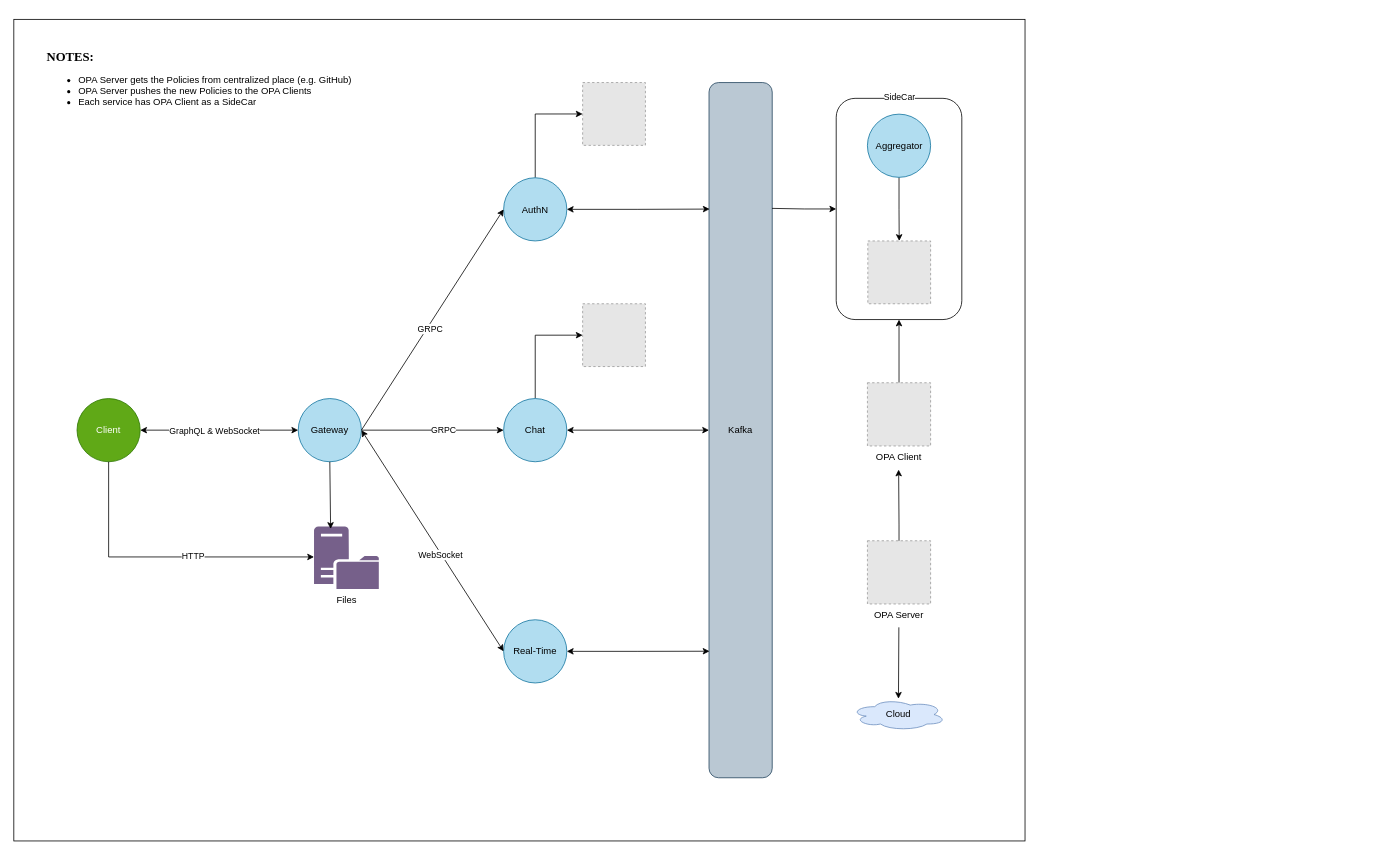
The draw.io diagram documentation/Overview Architecture.drawio in Kirlos-Melad/Veigo-Chat, before the edit. Source tidied: cells renumbered, new cells numbered last; positions are measured from the earlier drawing's top-left corner, leaving out a move shared by most shapes. Both pictures are drawn from the tidied source at 79%, with x=0, y=0 at pixel (13, 19). Pictures stored in the file or linked from it are replaced by grey dashed boxes.
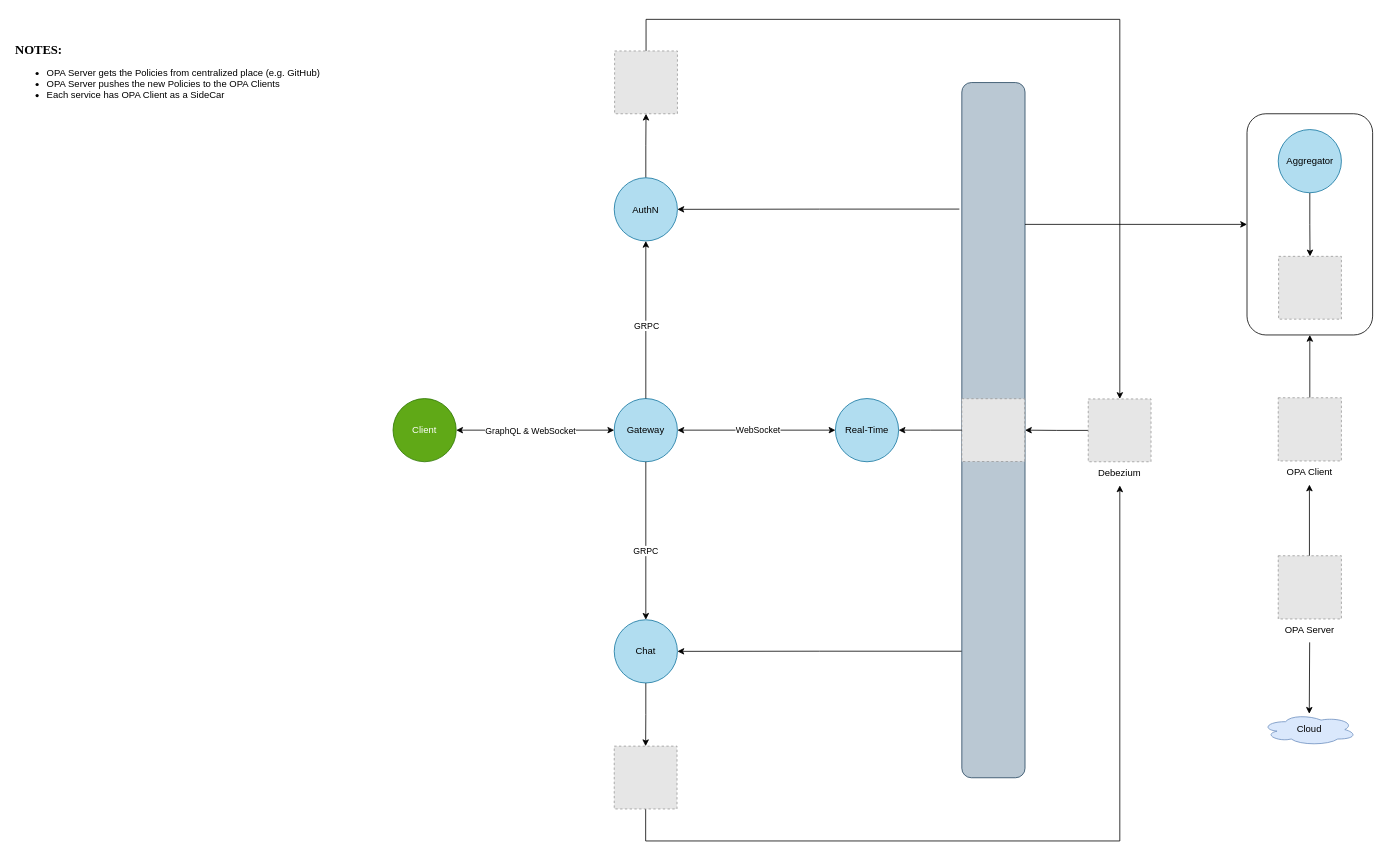
The same diagram, later.

Diff of the diagram source:
```diff
@@
-    <mxCell id="2" style="rounded=0;whiteSpace=wrap;html=1;fillColor=none;" parent="1" vertex="1">
-      <mxGeometry width="1280" height="1040" as="geometry" />
-    </mxCell>
-    <mxCell id="3" style="rounded=1;whiteSpace=wrap;html=1;fillColor=none;" parent="1" vertex="1">
-      <mxGeometry x="1041" y="100" width="159" height="280" as="geometry" />
-    </mxCell>
     <mxCell id="4" value="Gateway" style="ellipse;whiteSpace=wrap;html=1;fillColor=#b1ddf0;strokeColor=#10739e;" parent="1" vertex="1">
-      <mxGeometry x="360" y="480" width="80" height="80" as="geometry" />
+      <mxGeometry x="760" y="480" width="80" height="80" as="geometry" />
     </mxCell>
-    <mxCell id="5" style="edgeStyle=orthogonalEdgeStyle;rounded=0;jettySize=auto;html=1;entryX=0;entryY=0.5;entryDx=0;entryDy=0;" parent="1" edge="1" source="7" target="36">
-      <mxGeometry relative="1" as="geometry">
-        <Array as="points">
-          <mxPoint x="660" y="400" />
-        </Array>
-      </mxGeometry>
-    </mxCell>
-    <mxCell id="6" style="edgeStyle=orthogonalEdgeStyle;rounded=0;jettySize=auto;html=1;entryX=0;entryY=0.5;entryDx=0;entryDy=0;startArrow=classic;startFill=1;" parent="1" edge="1" source="7" target="20">
-      <mxGeometry relative="1" as="geometry" />
-    </mxCell>
-    <mxCell id="7" value="Chat" style="ellipse;whiteSpace=wrap;html=1;fillColor=#b1ddf0;strokeColor=#10739e;" parent="1" vertex="1">
-      <mxGeometry x="620" y="480" width="80" height="80" as="geometry" />
+    <mxCell id="7" value="Real-Time" style="ellipse;whiteSpace=wrap;html=1;fillColor=#b1ddf0;strokeColor=#10739e;" parent="1" vertex="1">
+      <mxGeometry x="1040" y="480" width="80" height="80" as="geometry" />
     </mxCell>
-    <mxCell id="8" style="edgeStyle=orthogonalEdgeStyle;rounded=0;jettySize=auto;html=1;entryX=0;entryY=0.5;entryDx=0;entryDy=0;" parent="1" edge="1" source="9" target="37">
-      <mxGeometry relative="1" as="geometry">
-        <Array as="points">
-          <mxPoint x="660" y="120" />
-        </Array>
-      </mxGeometry>
+    <mxCell id="8" style="edgeStyle=orthogonalEdgeStyle;rounded=0;jettySize=auto;html=1;entryX=0.5;entryY=1;entryDx=0;entryDy=0;" parent="1" edge="1" source="9" target="37">
+      <mxGeometry relative="1" as="geometry" />
     </mxCell>
     <mxCell id="9" value="AuthN" style="ellipse;whiteSpace=wrap;html=1;fillColor=#b1ddf0;strokeColor=#10739e;" parent="1" vertex="1">
-      <mxGeometry x="620" y="200.5" width="80" height="80" as="geometry" />
+      <mxGeometry x="760" y="200.5" width="80" height="80" as="geometry" />
     </mxCell>
+    <mxCell id="41" style="edgeStyle=orthogonalEdgeStyle;rounded=0;jettySize=auto;html=1;entryX=0.5;entryY=0;entryDx=0;entryDy=0;" parent="1" edge="1" source="10" target="36">
+      <mxGeometry relative="1" as="geometry" />
+    </mxCell>
-    <mxCell id="10" value="Real-Time" style="ellipse;whiteSpace=wrap;html=1;fillColor=#b1ddf0;strokeColor=#10739e;" parent="1" vertex="1">
-      <mxGeometry x="620" y="760" width="80" height="80" as="geometry" />
+    <mxCell id="10" value="Chat" style="ellipse;whiteSpace=wrap;html=1;fillColor=#b1ddf0;strokeColor=#10739e;" parent="1" vertex="1">
+      <mxGeometry x="760" y="760" width="80" height="80" as="geometry" />
     </mxCell>
-    <mxCell id="11" style="endArrow=classic;startArrow=none;html=1;rounded=0;exitX=1;exitY=0.5;exitDx=0;exitDy=0;entryX=0;entryY=0.5;entryDx=0;entryDy=0;startFill=0;" parent="1" edge="1" source="4" target="7">
+    <mxCell id="11" style="endArrow=classic;startArrow=classic;html=1;rounded=0;exitX=1;exitY=0.5;exitDx=0;exitDy=0;entryX=0;entryY=0.5;entryDx=0;entryDy=0;startFill=1;" parent="1" edge="1" source="4" target="7">
       <mxGeometry relative="1" as="geometry" />
     </mxCell>
-    <mxCell id="12" value="GRPC" style="edgeLabel;html=1;align=center;verticalAlign=middle;" parent="11" vertex="1">
+    <mxCell id="12" value="WebSocket" style="edgeLabel;html=1;align=center;verticalAlign=middle;" parent="11" vertex="1">
       <mxGeometry x="0.15" y="3" relative="1" as="geometry">
-        <mxPoint y="2" as="offset" />
+        <mxPoint x="-14" y="2" as="offset" />
       </mxGeometry>
     </mxCell>
-    <mxCell id="13" style="endArrow=classic;startArrow=none;html=1;rounded=0;exitX=1;exitY=0.5;exitDx=0;exitDy=0;entryX=0;entryY=0.5;entryDx=0;entryDy=0;startFill=0;" parent="1" edge="1" source="4" target="9">
+    <mxCell id="13" style="endArrow=classic;startArrow=none;html=1;rounded=0;exitX=0.5;exitY=0;exitDx=0;exitDy=0;entryX=0.5;entryY=1;entryDx=0;entryDy=0;startFill=0;" parent="1" edge="1" source="4" target="9">
       <mxGeometry relative="1" as="geometry" />
     </mxCell>
     <mxCell id="14" value="GRPC" style="edgeLabel;html=1;align=center;verticalAlign=middle;" parent="13" vertex="1">
-      <mxGeometry x="-0.07" y="-3" relative="1" as="geometry" />
+      <mxGeometry x="-0.07" y="-3" relative="1" as="geometry">
+        <mxPoint x="-3" as="offset" />
+      </mxGeometry>
     </mxCell>
-    <mxCell id="15" style="endArrow=classic;startArrow=classic;html=1;rounded=0;exitX=1;exitY=0.5;exitDx=0;exitDy=0;entryX=0;entryY=0.5;entryDx=0;entryDy=0;" parent="1" edge="1" source="4" target="10">
+    <mxCell id="15" style="endArrow=classic;startArrow=none;html=1;rounded=0;exitX=0.5;exitY=1;exitDx=0;exitDy=0;entryX=0.5;entryY=0;entryDx=0;entryDy=0;startFill=0;" parent="1" edge="1" source="4" target="10">
       <mxGeometry relative="1" as="geometry" />
     </mxCell>
-    <mxCell id="16" value="WebSocket" style="edgeLabel;html=1;align=center;verticalAlign=middle;" parent="15" vertex="1">
+    <mxCell id="16" value="GRPC" style="edgeLabel;html=1;align=center;verticalAlign=middle;" parent="15" vertex="1">
       <mxGeometry x="0.12" y="-2" relative="1" as="geometry">
         <mxPoint x="1" as="offset" />
       </mxGeometry>
     </mxCell>
@@
     <mxCell id="19" value="Client" style="ellipse;whiteSpace=wrap;html=1;fillColor=#60a917;fontColor=#ffffff;strokeColor=#2D7600;" parent="1" vertex="1">
-      <mxGeometry x="80" y="480" width="80" height="80" as="geometry" />
+      <mxGeometry x="480" y="480" width="80" height="80" as="geometry" />
     </mxCell>
-    <mxCell id="20" value="Kafka" style="rounded=1;whiteSpace=wrap;html=1;fillColor=#bac8d3;strokeColor=#23445d;" parent="1" vertex="1">
-      <mxGeometry x="880" y="80" width="80" height="880" as="geometry" />
-    </mxCell>
-    <mxCell id="21" value="Files" style="sketch=0;shadow=0;dashed=0;html=1;strokeColor=none;labelPosition=center;verticalLabelPosition=bottom;verticalAlign=top;align=center;fillColor=#76608A;shape=mxgraph.mscae.system_center.distribution_point;" parent="1" vertex="1">
-      <mxGeometry x="380" y="642" width="82" height="79" as="geometry" />
-    </mxCell>
-    <mxCell id="22" style="rounded=0;jettySize=auto;html=1;entryX=0.256;entryY=0.038;entryDx=0;entryDy=0;entryPerimeter=0;" parent="1" edge="1" source="4" target="21">
-      <mxGeometry relative="1" as="geometry" />
-    </mxCell>
-    <mxCell id="23" style="edgeStyle=orthogonalEdgeStyle;rounded=0;orthogonalLoop=1;jettySize=auto;html=1;entryX=0;entryY=0.5;entryDx=0;entryDy=0;entryPerimeter=0;startArrow=none;startFill=0;" parent="1" edge="1">
-      <mxGeometry relative="1" as="geometry">
-        <mxPoint x="120" y="560" as="sourcePoint" />
-        <mxPoint x="380" y="680.5" as="targetPoint" />
-        <Array as="points">
-          <mxPoint x="120" y="681" />
-        </Array>
-      </mxGeometry>
-    </mxCell>
-    <mxCell id="24" value="HTTP" style="edgeLabel;html=1;align=center;verticalAlign=middle;" parent="23" vertex="1">
-      <mxGeometry x="0.19" y="3" relative="1" as="geometry">
-        <mxPoint x="1" y="1" as="offset" />
-      </mxGeometry>
-    </mxCell>
-    <mxCell id="25" value="SideCar" style="edgeLabel;html=1;align=center;verticalAlign=middle;" parent="23" vertex="1">
-      <mxGeometry x="0.19" y="3" relative="1" as="geometry">
-        <mxPoint x="895" y="-580" as="offset" />
-      </mxGeometry>
-    </mxCell>
-    <mxCell id="26" style="edgeStyle=orthogonalEdgeStyle;rounded=0;jettySize=auto;html=1;entryX=0.5;entryY=0;entryDx=0;entryDy=0;" parent="1" edge="1" source="27" target="33">
-      <mxGeometry relative="1" as="geometry" />
-    </mxCell>
-    <mxCell id="27" value="Aggregator" style="ellipse;whiteSpace=wrap;html=1;fillColor=#b1ddf0;strokeColor=#10739e;" parent="1" vertex="1">
-      <mxGeometry x="1080.5" y="120" width="80" height="80" as="geometry" />
-    </mxCell>
@@
     <mxCell id="29" value="OPA Client" style="fillColor=#E6E6E6;strokeColor=#999999;dashed=1;verticalLabelPosition=bottom;labelBackgroundColor=default;verticalAlign=top;rotation=0;" parent="1" vertex="1">
-      <mxGeometry x="1080.5" y="460" width="80" height="80" as="geometry" />
+      <mxGeometry x="1600.5" y="479" width="80" height="80" as="geometry" />
     </mxCell>
     <mxCell id="30" value="OPA Server" style="fillColor=#E6E6E6;strokeColor=#999999;dashed=1;verticalLabelPosition=bottom;labelBackgroundColor=default;verticalAlign=top;rotation=0;" parent="1" vertex="1">
-      <mxGeometry x="1080.5" y="660" width="80" height="80" as="geometry" />
+      <mxGeometry x="1600.5" y="679" width="80" height="80" as="geometry" />
     </mxCell>
     <mxCell id="31" value="Cloud" style="ellipse;shape=cloud;whiteSpace=wrap;html=1;align=center;fillColor=#dae8fc;strokeColor=#6c8ebf;" parent="1" vertex="1">
-      <mxGeometry x="1059.8" y="860" width="120" height="40" as="geometry" />
+      <mxGeometry x="1579.8" y="879" width="120" height="40" as="geometry" />
     </mxCell>
     <mxCell id="32" value="&lt;pre&gt;&lt;b&gt;&lt;font face=&quot;Times New Roman&quot; style=&quot;font-size: 16px;&quot;&gt;NOTES:&lt;/font&gt;&lt;/b&gt;&lt;/pre&gt;&lt;div&gt;&lt;ul&gt;&lt;li&gt;&lt;font face=&quot;qGgyCSBYeg5GerJeodt9&quot;&gt;OPA Server gets the Policies from centralized place (e.g. GitHub)&lt;/font&gt;&lt;/li&gt;&lt;li&gt;&lt;font face=&quot;qGgyCSBYeg5GerJeodt9&quot;&gt;OPA Server pushes the new Policies to the OPA Clients&lt;/font&gt;&lt;/li&gt;&lt;li&gt;&lt;font face=&quot;qGgyCSBYeg5GerJeodt9&quot;&gt;Each service has OPA Client as a SideCar&lt;/font&gt;&lt;/li&gt;&lt;/ul&gt;&lt;/div&gt;" style="text;html=1;align=left;verticalAlign=middle;strokeColor=none;fillColor=none;" parent="1" vertex="1">
-      <mxGeometry x="40" y="20" width="380" height="110" as="geometry" />
+      <mxGeometry y="11" width="380" height="110" as="geometry" />
     </mxCell>
-    <mxCell id="33" style="fillColor=#E6E6E6;strokeColor=#999999;dashed=1;verticalLabelPosition=bottom;labelBackgroundColor=default;verticalAlign=top;rotation=0;" parent="1" vertex="1">
-      <mxGeometry x="1081" y="280.5" width="79.5" height="79.5" as="geometry" />
-    </mxCell>
-    <mxCell id="34" style="edgeStyle=orthogonalEdgeStyle;rounded=0;jettySize=auto;html=1;entryX=0.875;entryY=0.548;entryDx=0;entryDy=0;entryPerimeter=0;" parent="1" edge="1" source="30" target="2">
-      <mxGeometry relative="1" as="geometry" />
+    <mxCell id="34" style="edgeStyle=orthogonalEdgeStyle;rounded=0;jettySize=auto;html=1;entryX=0.875;entryY=0.548;entryDx=0;entryDy=0;entryPerimeter=0;" parent="1" edge="1" source="30">
+      <mxGeometry relative="1" as="geometry">
+        <mxPoint x="1640" y="588.9" as="targetPoint" />
+      </mxGeometry>
     </mxCell>
     <mxCell id="35" style="rounded=0;jettySize=auto;html=1;" parent="1" edge="1" target="31">
       <mxGeometry relative="1" as="geometry">
-        <mxPoint x="1120.3" y="769.6" as="sourcePoint" />
+        <mxPoint x="1640.3" y="788.6" as="sourcePoint" />
       </mxGeometry>
     </mxCell>
+    <mxCell id="42" style="edgeStyle=orthogonalEdgeStyle;rounded=0;jettySize=auto;html=1;" parent="1" edge="1" source="36">
+      <mxGeometry relative="1" as="geometry">
+        <mxPoint x="1400" y="590" as="targetPoint" />
+        <Array as="points">
+          <mxPoint x="800" y="1040" />
+          <mxPoint x="1400" y="1040" />
+        </Array>
+      </mxGeometry>
+    </mxCell>
     <mxCell id="36" style="fillColor=#E6E6E6;strokeColor=#999999;dashed=1;verticalLabelPosition=bottom;labelBackgroundColor=default;verticalAlign=top;rotation=0;" parent="1" vertex="1">
-      <mxGeometry x="720" y="360" width="79.5" height="79.5" as="geometry" />
+      <mxGeometry x="760" y="920" width="79.5" height="79.5" as="geometry" />
     </mxCell>
+    <mxCell id="43" style="edgeStyle=orthogonalEdgeStyle;rounded=0;jettySize=auto;html=1;" parent="1" edge="1" source="37" target="45">
+      <mxGeometry relative="1" as="geometry">
+        <Array as="points">
+          <mxPoint x="800" />
+          <mxPoint x="1400" />
+        </Array>
+      </mxGeometry>
+    </mxCell>
     <mxCell id="37" style="fillColor=#E6E6E6;strokeColor=#999999;dashed=1;verticalLabelPosition=bottom;labelBackgroundColor=default;verticalAlign=top;rotation=0;" parent="1" vertex="1">
-      <mxGeometry x="720" y="80" width="79.5" height="79.5" as="geometry" />
+      <mxGeometry x="760.5" y="40" width="79.5" height="79.5" as="geometry" />
     </mxCell>
-    <mxCell id="38" style="edgeStyle=orthogonalEdgeStyle;rounded=0;jettySize=auto;html=1;entryX=0.01;entryY=0.182;entryDx=0;entryDy=0;entryPerimeter=0;startArrow=classic;startFill=1;" parent="1" edge="1" source="9" target="20">
-      <mxGeometry relative="1" as="geometry" />
-    </mxCell>
-    <mxCell id="39" style="edgeStyle=orthogonalEdgeStyle;rounded=0;jettySize=auto;html=1;entryX=0.997;entryY=0.181;entryDx=0;entryDy=0;entryPerimeter=0;startArrow=classic;startFill=1;endArrow=none;endFill=0;" parent="1" edge="1" source="3" target="20">
-      <mxGeometry relative="1" as="geometry" />
-    </mxCell>
-    <mxCell id="40" style="edgeStyle=orthogonalEdgeStyle;rounded=0;jettySize=auto;html=1;entryX=0.008;entryY=0.818;entryDx=0;entryDy=0;entryPerimeter=0;startArrow=classic;startFill=1;" parent="1" edge="1" source="10" target="20">
-      <mxGeometry relative="1" as="geometry" />
-    </mxCell>
+    <mxCell id="44" style="edgeStyle=orthogonalEdgeStyle;rounded=0;jettySize=auto;html=1;entryX=1;entryY=0.5;entryDx=0;entryDy=0;" parent="1" edge="1" source="45" target="47">
+      <mxGeometry relative="1" as="geometry" />
+    </mxCell>
+    <mxCell id="45" value="Debezium" style="fillColor=#E6E6E6;strokeColor=#999999;dashed=1;verticalLabelPosition=bottom;labelBackgroundColor=default;verticalAlign=top;rotation=0;" parent="1" vertex="1">
+      <mxGeometry x="1360" y="480.5" width="79.5" height="79.5" as="geometry" />
+    </mxCell>
+    <mxCell id="46" style="group;" parent="1" vertex="1">
+      <mxGeometry x="1200" y="80" width="80" height="880" as="geometry" />
+    </mxCell>
+    <mxCell id="47" style="rounded=1;whiteSpace=wrap;html=1;fillColor=#bac8d3;strokeColor=#23445d;" parent="46" vertex="1">
+      <mxGeometry width="80" height="880" as="geometry" />
+    </mxCell>
+    <mxCell id="48" style="fillColor=#E6E6E6;strokeColor=#999999;dashed=1;verticalLabelPosition=bottom;labelBackgroundColor=default;verticalAlign=top;rotation=0;" parent="46" vertex="1">
+      <mxGeometry y="400.2" width="79.5" height="79.5" as="geometry" />
+    </mxCell>
+    <mxCell id="49" style="group;" parent="1" vertex="1">
+      <mxGeometry x="1561" y="119.5" width="159" height="280" as="geometry" />
+    </mxCell>
+    <mxCell id="3" style="rounded=1;whiteSpace=wrap;html=1;fillColor=none;" parent="49" vertex="1">
+      <mxGeometry width="159" height="280" as="geometry" />
+    </mxCell>
+    <mxCell id="26" style="edgeStyle=orthogonalEdgeStyle;rounded=0;jettySize=auto;html=1;entryX=0.5;entryY=0;entryDx=0;entryDy=0;" parent="49" edge="1" source="27" target="33">
+      <mxGeometry relative="1" as="geometry" />
+    </mxCell>
+    <mxCell id="27" value="Aggregator" style="ellipse;whiteSpace=wrap;html=1;fillColor=#b1ddf0;strokeColor=#10739e;" parent="49" vertex="1">
+      <mxGeometry x="39.5" y="20" width="80" height="80" as="geometry" />
+    </mxCell>
+    <mxCell id="33" style="fillColor=#E6E6E6;strokeColor=#999999;dashed=1;verticalLabelPosition=bottom;labelBackgroundColor=default;verticalAlign=top;rotation=0;" parent="49" vertex="1">
+      <mxGeometry x="40" y="180.5" width="79.5" height="79.5" as="geometry" />
+    </mxCell>
+    <mxCell id="50" style="edgeStyle=orthogonalEdgeStyle;rounded=0;jettySize=auto;html=1;entryX=1;entryY=0.5;entryDx=0;entryDy=0;" parent="1" edge="1" source="48" target="7">
+      <mxGeometry relative="1" as="geometry" />
+    </mxCell>
+    <mxCell id="51" style="edgeStyle=orthogonalEdgeStyle;rounded=0;jettySize=auto;html=1;exitX=-0.039;exitY=0.182;exitDx=0;exitDy=0;exitPerimeter=0;" parent="1" edge="1" source="47" target="9">
+      <mxGeometry relative="1" as="geometry" />
+    </mxCell>
+    <mxCell id="52" style="edgeStyle=orthogonalEdgeStyle;rounded=0;jettySize=auto;html=1;exitX=-0.004;exitY=0.818;exitDx=0;exitDy=0;exitPerimeter=0;" parent="1" edge="1" source="47" target="10">
+      <mxGeometry relative="1" as="geometry" />
+    </mxCell>
+    <mxCell id="53" style="edgeStyle=orthogonalEdgeStyle;rounded=0;jettySize=auto;html=1;exitX=1;exitY=0.204;exitDx=0;exitDy=0;exitPerimeter=0;" parent="1" edge="1" source="47" target="3">
+      <mxGeometry relative="1" as="geometry" />
+    </mxCell>
```
